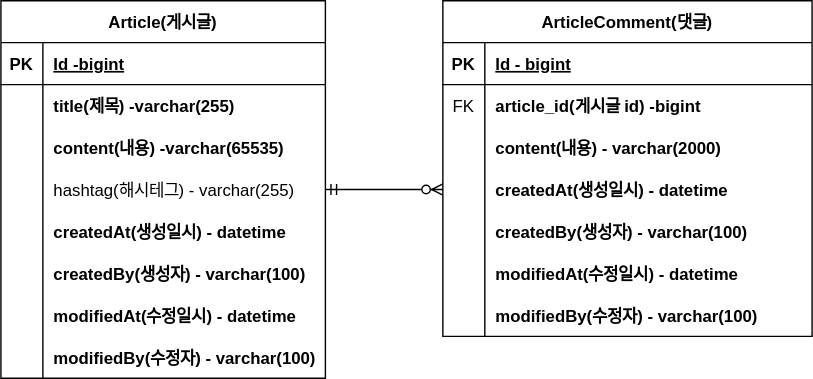
Above: fc_notice_board/documents/notice_board_erd.drawio.svg in k-ms1998/Spring-studies (draw.io), before the change. Source tidied: cells renumbered, new cells last; positions are measured from the earlier drawing's top-left corner, leaving out a move shared by most shapes.
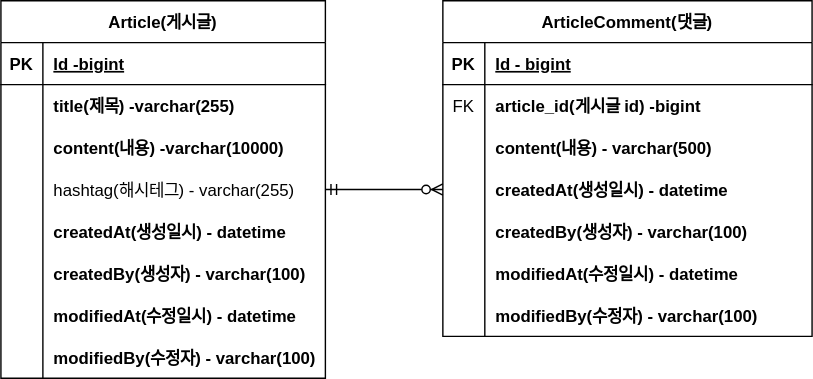
The same diagram one commit later.

Commit message:
Edit #6:notice_board_erd.drawio.svg 필드 크기 업데이트

The edit, as a diff of the source:
```diff
@@ -29,7 +29,7 @@
     <mxCell id="10" style="shape=partialRectangle;fillColor=none;top=0;left=0;bottom=0;right=0;overflow=hidden;" parent="9" vertex="1">
       <mxGeometry width="30" height="30" as="geometry" />
     </mxCell>
-    <mxCell id="11" value="content(내용) -varchar(65535)" style="shape=partialRectangle;fillColor=none;top=0;left=0;bottom=0;right=0;align=left;spacingLeft=6;overflow=hidden;fontStyle=1;" parent="9" vertex="1">
+    <mxCell id="11" value="content(내용) -varchar(10000)" style="shape=partialRectangle;fillColor=none;top=0;left=0;bottom=0;right=0;align=left;spacingLeft=6;overflow=hidden;fontStyle=1;" parent="9" vertex="1">
       <mxGeometry x="30" width="202" height="30" as="geometry" />
     </mxCell>
     <mxCell id="12" style="shape=tableRow;horizontal=0;startSize=0;swimlaneHead=0;swimlaneBody=0;fillColor=none;points=[[0,0.5],[1,0.5]];portConstraint=eastwest;top=0;left=0;right=0;bottom=0;" parent="2" vertex="1">
@@ -104,7 +104,7 @@
     <mxCell id="35" style="shape=partialRectangle;fillColor=none;top=0;left=0;bottom=0;right=0;overflow=hidden;" parent="34" vertex="1">
       <mxGeometry width="30" height="30" as="geometry" />
     </mxCell>
-    <mxCell id="36" value="content(내용) - varchar(2000)" style="shape=partialRectangle;fillColor=none;top=0;left=0;bottom=0;right=0;align=left;spacingLeft=6;overflow=hidden;fontStyle=1;" parent="34" vertex="1">
+    <mxCell id="36" value="content(내용) - varchar(500)" style="shape=partialRectangle;fillColor=none;top=0;left=0;bottom=0;right=0;align=left;spacingLeft=6;overflow=hidden;fontStyle=1;" parent="34" vertex="1">
       <mxGeometry x="30" width="234" height="30" as="geometry" />
     </mxCell>
     <mxCell id="37" style="shape=tableRow;horizontal=0;startSize=0;swimlaneHead=0;swimlaneBody=0;fillColor=none;points=[[0,0.5],[1,0.5]];portConstraint=eastwest;top=0;left=0;right=0;bottom=0;" parent="27" vertex="1">
```
